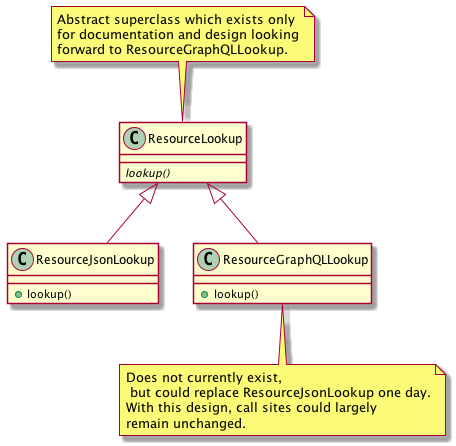
Before: design_notes/wa_design_class_diagram.png, a diagram exported from PlantUML (wkelly17/DOC). Source of this version:
```plantuml
@startuml
ResourceLookup <|-- ResourceJsonLookup
ResourceLookup : {abstract} lookup()
note top of ResourceLookup : Abstract superclass which exists only\nfor documentation and design looking\nforward to ResourceGraphQLLookup.
ResourceJsonLookup : +lookup()
ResourceLookup <|-- ResourceGraphQLLookup
note bottom of ResourceGraphQLLookup : Does not currently exist,\n but could replace ResourceJsonLookup one day.\nWith this design, call sites could largely\nremain unchanged.
ResourceGraphQLLookup : +lookup()
@enduml
```
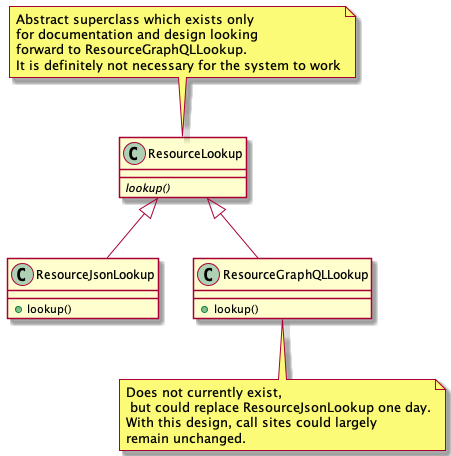
After the change.

Change to the diagram source:
```diff
@@ -1,7 +1,7 @@
 @startuml
 ResourceLookup <|-- ResourceJsonLookup
 ResourceLookup : {abstract} lookup()
-note top of ResourceLookup : Abstract superclass which exists only\nfor documentation and design looking\nforward to ResourceGraphQLLookup.
+note top of ResourceLookup : Abstract superclass which exists only\nfor documentation and design looking\nforward to ResourceGraphQLLookup.\nIt is definitely not necessary for the system to work
 ResourceJsonLookup : +lookup()
 ResourceLookup <|-- ResourceGraphQLLookup
 note bottom of ResourceGraphQLLookup : Does not currently exist,\n but could replace ResourceJsonLookup one day.\nWith this design, call sites could largely\nremain unchanged.
```
